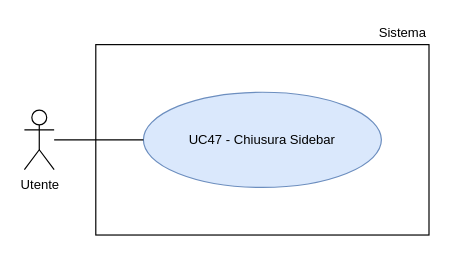
Before: RTB/doc_esterna/analisi-dei-requisiti/assets/draw.io/UC47.drawio in thebitless-group-swe/thebitless.github.io, a draw.io diagram. Source tidied: cells renumbered, new cells numbered last; positions are measured from the earlier drawing's top-left corner, leaving out a move shared by most shapes. Both pictures are drawn from the tidied source at 119%, with x=0, y=0 at pixel (24, 20).
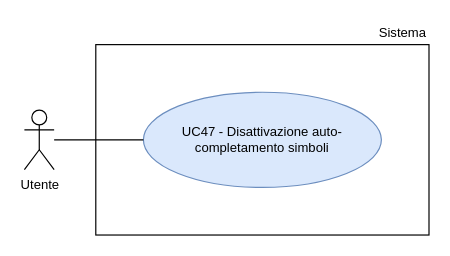
The same diagram, later.

Change to the diagram source:
```diff
@@
 <mxGraphModel>
   <root>
     <mxCell id="0" />
     <mxCell id="1" parent="0" />
     <mxCell id="2" value="Utente" style="shape=umlActor;verticalLabelPosition=bottom;verticalAlign=top;html=1;outlineConnect=0;fontSize=11;" parent="1" vertex="1">
       <mxGeometry y="75" width="25" height="50" as="geometry" />
     </mxCell>
     <mxCell id="3" style="rounded=0;whiteSpace=wrap;html=1;strokeWidth=1;" parent="1" vertex="1">
       <mxGeometry x="60" y="20" width="280" height="160" as="geometry" />
     </mxCell>
     <mxCell id="4" value="Sistema" style="text;html=1;whiteSpace=wrap;strokeColor=none;fillColor=none;align=right;verticalAlign=middle;fontSize=11;" parent="1" vertex="1">
       <mxGeometry x="270" width="70" height="20" as="geometry" />
     </mxCell>
-    <mxCell id="5" value="UC47 - Chiusura Sidebar" style="ellipse;whiteSpace=wrap;html=1;fillColor=#dae8fc;strokeColor=#6c8ebf;fontSize=11;" parent="1" vertex="1">
+    <mxCell id="5" value="UC47 - Disattivazione auto-completamento simboli" style="ellipse;whiteSpace=wrap;html=1;fillColor=#dae8fc;strokeColor=#6c8ebf;fontSize=11;" parent="1" vertex="1">
       <mxGeometry x="100" y="60" width="200" height="80" as="geometry" />
     </mxCell>
     <mxCell id="6" style="edgeStyle=none;rounded=0;jettySize=auto;html=1;endArrow=none;endFill=0;" parent="1" edge="1" source="2" target="5">
       <mxGeometry relative="1" as="geometry" />
     </mxCell>
   </root>
 </mxGraphModel>
```
